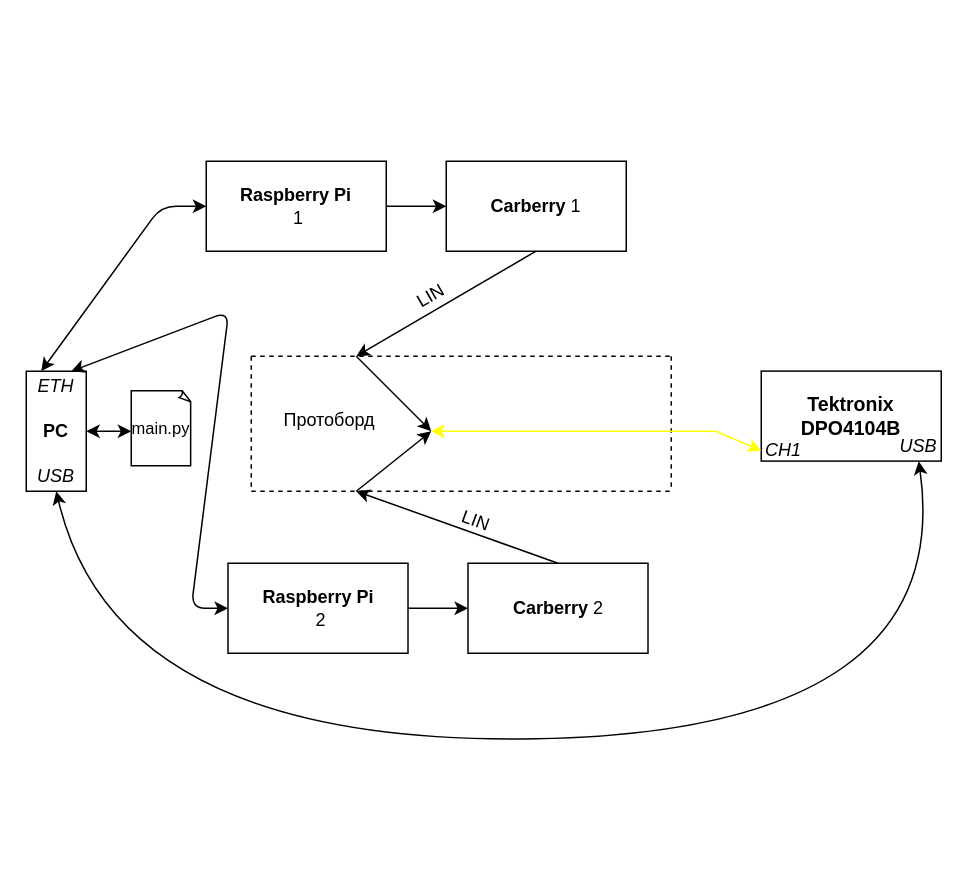
This is documentation/LIN.drawio from fjasic/bsc, a draw.io file, before an edit. Source tidied: cells renumbered, new cells numbered last; positions are measured from the earlier drawing's top-left corner, leaving out a move shared by most shapes. Both pictures are drawn from the tidied source at 150%, with x=0, y=0 at pixel (26, 48).
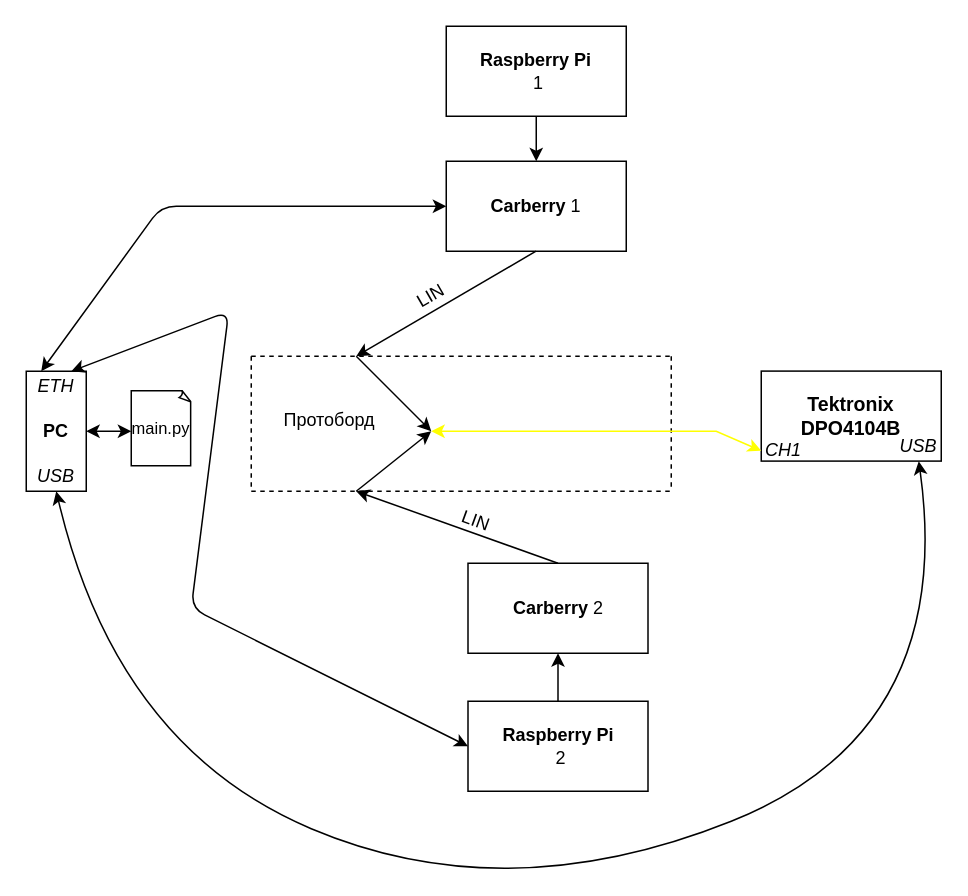
The same diagram, later.

The change refers to these unchanged cells:
```xml
<mxCell id="2" value="&lt;b&gt;Carberry&lt;/b&gt; 1" style="rounded=0;whiteSpace=wrap;html=1;" parent="1" vertex="1">
  <mxGeometry x="280" y="75" width="120" height="60" as="geometry" />
</mxCell>
<mxCell id="16" value="&lt;b&gt;PC&lt;/b&gt;" style="rounded=0;whiteSpace=wrap;html=1;rotation=0;" parent="1" vertex="1">
  <mxGeometry y="215" width="40" height="80" as="geometry" />
</mxCell>
<mxCell id="17" value="&lt;div align=&quot;left&quot;&gt;&lt;i&gt;USB&lt;/i&gt;&lt;/div&gt;" style="text;html=1;strokeColor=none;fillColor=none;align=center;verticalAlign=middle;whiteSpace=wrap;rounded=0;rotation=0;" parent="1" vertex="1">
  <mxGeometry x="580" y="255" width="30" height="20" as="geometry" />
</mxCell>
<mxCell id="19" value="&lt;i&gt;USB&lt;/i&gt;" style="text;html=1;strokeColor=none;fillColor=none;align=center;verticalAlign=middle;whiteSpace=wrap;rounded=0;" parent="1" vertex="1">
  <mxGeometry y="275" width="40" height="20" as="geometry" />
</mxCell>
<mxCell id="23" value="&lt;b&gt;Carberry&lt;/b&gt; 2" style="rounded=0;whiteSpace=wrap;html=1;" parent="1" vertex="1">
  <mxGeometry x="294.5" y="343" width="120" height="60" as="geometry" />
</mxCell>
```

Diff of the diagram source:
```diff
@@
     <mxCell id="3" value="&lt;b&gt;Raspberry Pi&lt;br&gt;&lt;/b&gt;&amp;nbsp;1" style="rounded=0;whiteSpace=wrap;html=1;" parent="1" vertex="1">
-      <mxGeometry x="120" y="75" width="120" height="60" as="geometry" />
+      <mxGeometry x="280" y="-15" width="120" height="60" as="geometry" />
     </mxCell>
@@
-    <mxCell id="6" style="endArrow=classic;html=1;exitX=1;exitY=0.5;exitDx=0;exitDy=0;" parent="1" edge="1" source="3">
-      <mxGeometry relative="1" as="geometry">
-        <mxPoint x="280" y="105" as="targetPoint" />
-      </mxGeometry>
+    <mxCell id="6" style="endArrow=classic;html=1;exitX=0.5;exitY=1;exitDx=0;exitDy=0;entryX=0.5;entryY=0;entryDx=0;entryDy=0;" parent="1" edge="1" source="3" target="2">
+      <mxGeometry relative="1" as="geometry" />
     </mxCell>
@@
-    <mxCell id="18" style="endArrow=classic;startArrow=classic;html=1;strokeColor=#000000;entryX=0.5;entryY=1;entryDx=0;entryDy=0;exitX=0.5;exitY=1;exitDx=0;exitDy=0;curved=1;" parent="1" edge="1" source="16" target="17">
+    <mxCell id="18" style="endArrow=classic;startArrow=classic;html=1;strokeColor=#000000;entryX=0.5;entryY=1;entryDx=0;entryDy=0;exitX=0.5;exitY=1;exitDx=0;exitDy=0;curved=1;" parent="1" edge="1" source="19" target="17">
       <mxGeometry relative="1" as="geometry">
         <Array as="points">
           <mxPoint x="60" y="465" />
+          <mxPoint x="320" y="575" />
           <mxPoint x="620" y="455" />
         </Array>
       </mxGeometry>
     </mxCell>
@@
-    <mxCell id="22" style="endArrow=classic;startArrow=classic;html=1;strokeColor=#000000;entryX=0;entryY=0.5;entryDx=0;entryDy=0;exitX=0.25;exitY=0;exitDx=0;exitDy=0;" parent="1" edge="1" source="16" target="3">
+    <mxCell id="22" style="endArrow=classic;startArrow=classic;html=1;strokeColor=#000000;entryX=0;entryY=0.5;entryDx=0;entryDy=0;exitX=0.25;exitY=0;exitDx=0;exitDy=0;" parent="1" edge="1" source="16" target="2">
       <mxGeometry relative="1" as="geometry">
         <Array as="points">
           <mxPoint x="90" y="105" />
         </Array>
       </mxGeometry>
     </mxCell>
@@
-    <mxCell id="24" value="&lt;b&gt;Raspberry Pi&lt;br&gt;&lt;/b&gt;&amp;nbsp;2" style="rounded=0;whiteSpace=wrap;html=1;" parent="1" vertex="1">
-      <mxGeometry x="134.5" y="343" width="120" height="60" as="geometry" />
-    </mxCell>
-    <mxCell id="25" style="endArrow=classic;html=1;exitX=1;exitY=0.5;exitDx=0;exitDy=0;entryX=0;entryY=0.5;entryDx=0;entryDy=0;" parent="1" edge="1" source="24" target="23">
+    <mxCell id="25" style="endArrow=classic;html=1;exitX=0.5;exitY=0;exitDx=0;exitDy=0;entryX=0.5;entryY=1;entryDx=0;entryDy=0;" parent="1" edge="1" source="24" target="23">
       <mxGeometry relative="1" as="geometry" />
     </mxCell>
@@
+    <mxCell id="24" value="&lt;b&gt;Raspberry Pi&lt;br&gt;&lt;/b&gt;&amp;nbsp;2" style="rounded=0;whiteSpace=wrap;html=1;" parent="1" vertex="1">
+      <mxGeometry x="294.5" y="435" width="120" height="60" as="geometry" />
+    </mxCell>
```
